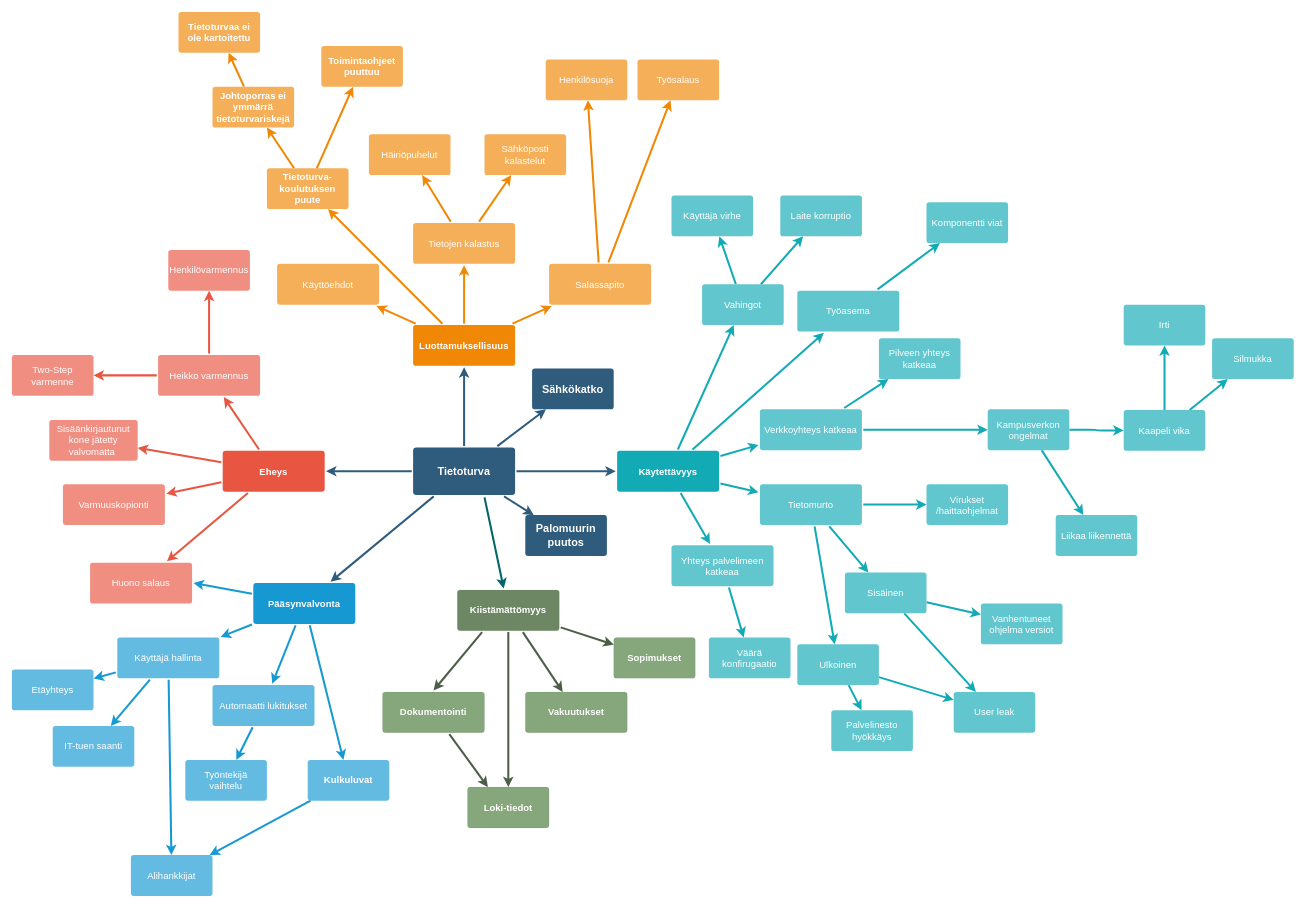
Before: docs/TietoturvaMindMap.drawio in eeroleppalehto/Kyberturvallisuus, a draw.io diagram. Source tidied: cells renumbered, new cells numbered last; positions are measured from the earlier drawing's top-left corner, leaving out a move shared by most shapes. Both pictures are drawn from the tidied source at 68%, with x=0, y=0 at pixel (12, 12).
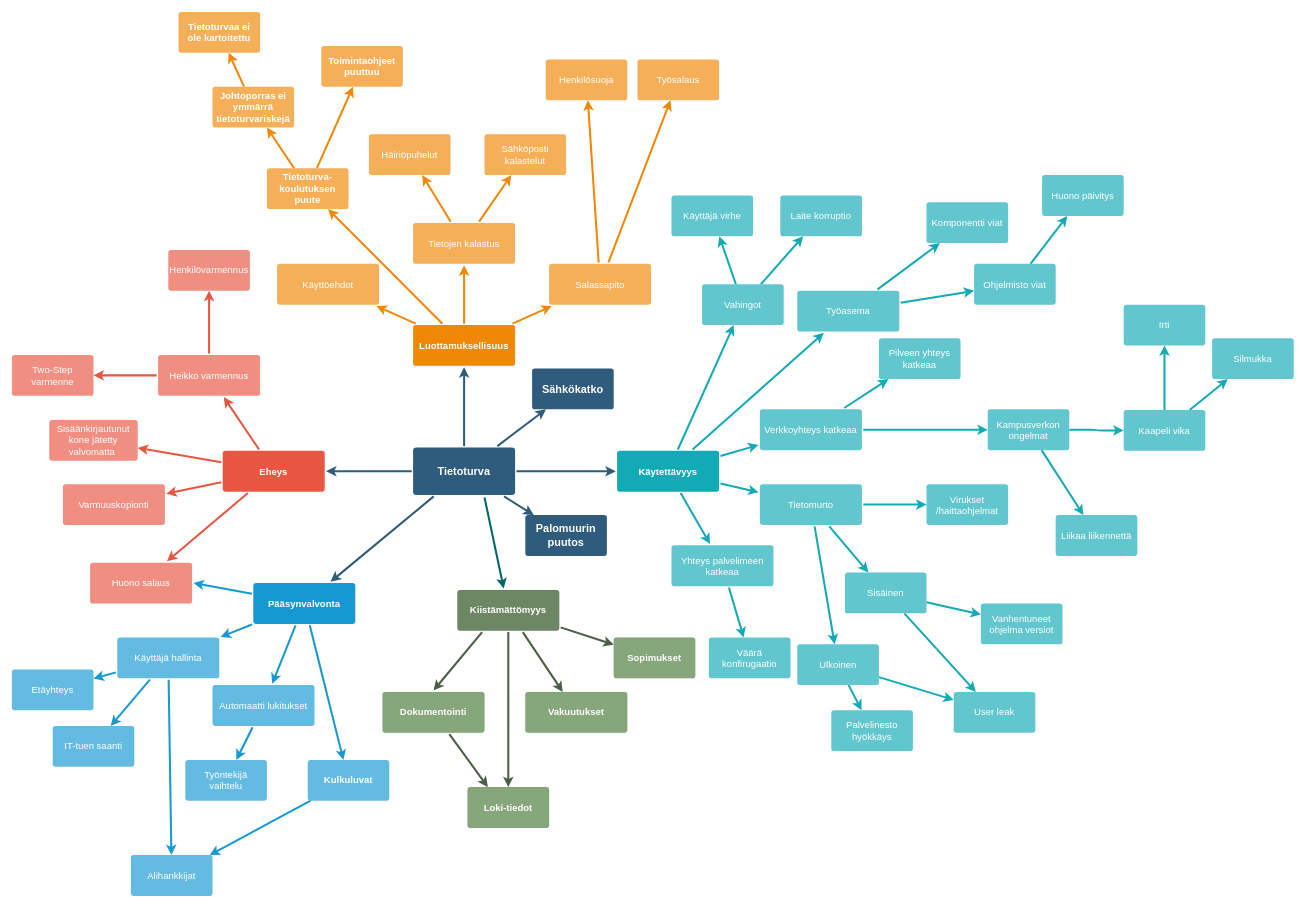
Above is the later version.

The change refers to these unchanged cells:
```xml
<mxCell id="58" value="Työasema" style="rounded=1;whiteSpace=wrap;html=1;shadow=0;labelBackgroundColor=none;strokeColor=none;strokeWidth=3;fillColor=#61c6ce;fontFamily=Helvetica;fontSize=14;fontColor=#FFFFFF;align=center;spacing=5;fontStyle=0;arcSize=7;perimeterSpacing=2;" parent="1" vertex="1">
  <mxGeometry x="1155" y="410" width="150" height="60" as="geometry" />
</mxCell>
```

The edit, as a diff of the source:
```diff
@@
+    <mxCell id="119" style="rounded=1;jettySize=auto;html=1;labelBackgroundColor=none;fontSize=14;strokeColor=#12AAB5;fontColor=#FFFFFF;strokeWidth=3;shadow=0;startArrow=none;startFill=0;spacing=5;fontStyle=1;fillColor=#b0e3e6;" parent="1" edge="1" source="58" target="121">
+      <mxGeometry relative="1" as="geometry" />
+    </mxCell>
@@
+    <mxCell id="120" style="edgeStyle=none;rounded=1;jettySize=auto;html=1;labelBackgroundColor=none;fontSize=14;strokeColor=#12AAB5;fontColor=#FFFFFF;strokeWidth=3;shadow=0;startArrow=none;startFill=0;spacing=5;fontStyle=1;fillColor=#b0e3e6;" parent="1" edge="1" source="121" target="122">
+      <mxGeometry relative="1" as="geometry" />
+    </mxCell>
+    <mxCell id="121" value="Ohjelmisto viat" style="whiteSpace=wrap;html=1;fontSize=14;fillColor=#61c6ce;strokeColor=none;fontColor=#FFFFFF;rounded=1;shadow=0;labelBackgroundColor=none;strokeWidth=3;spacing=5;fontStyle=0;arcSize=7;" parent="1" vertex="1">
+      <mxGeometry x="1415" y="370.5" width="120" height="60" as="geometry" />
+    </mxCell>
+    <mxCell id="122" value="Huono päivitys" style="whiteSpace=wrap;html=1;fontSize=14;fillColor=#61c6ce;strokeColor=none;fontColor=#FFFFFF;rounded=1;shadow=0;labelBackgroundColor=none;strokeWidth=3;spacing=5;fontStyle=0;arcSize=7;" parent="1" vertex="1">
+      <mxGeometry x="1515" y="240" width="120" height="60" as="geometry" />
+    </mxCell>
```
